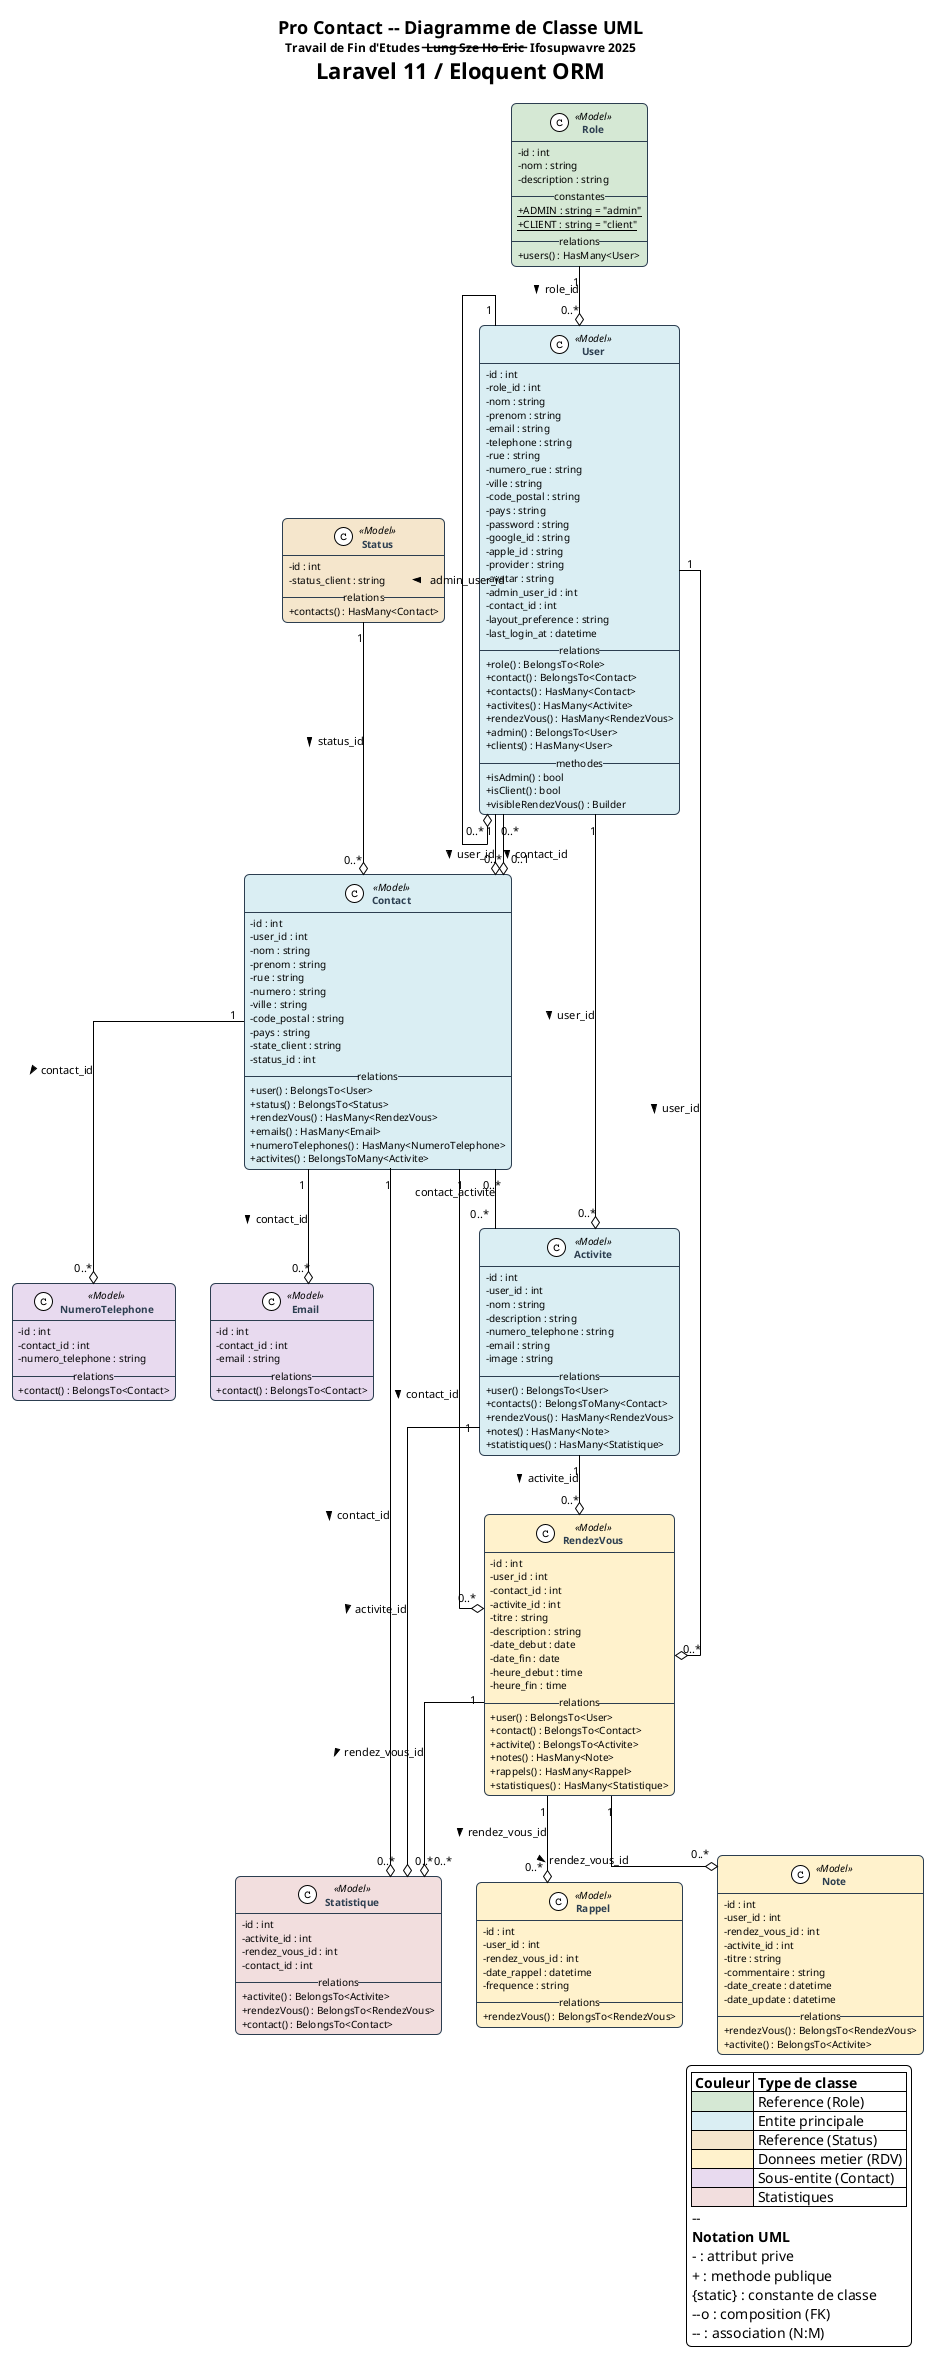
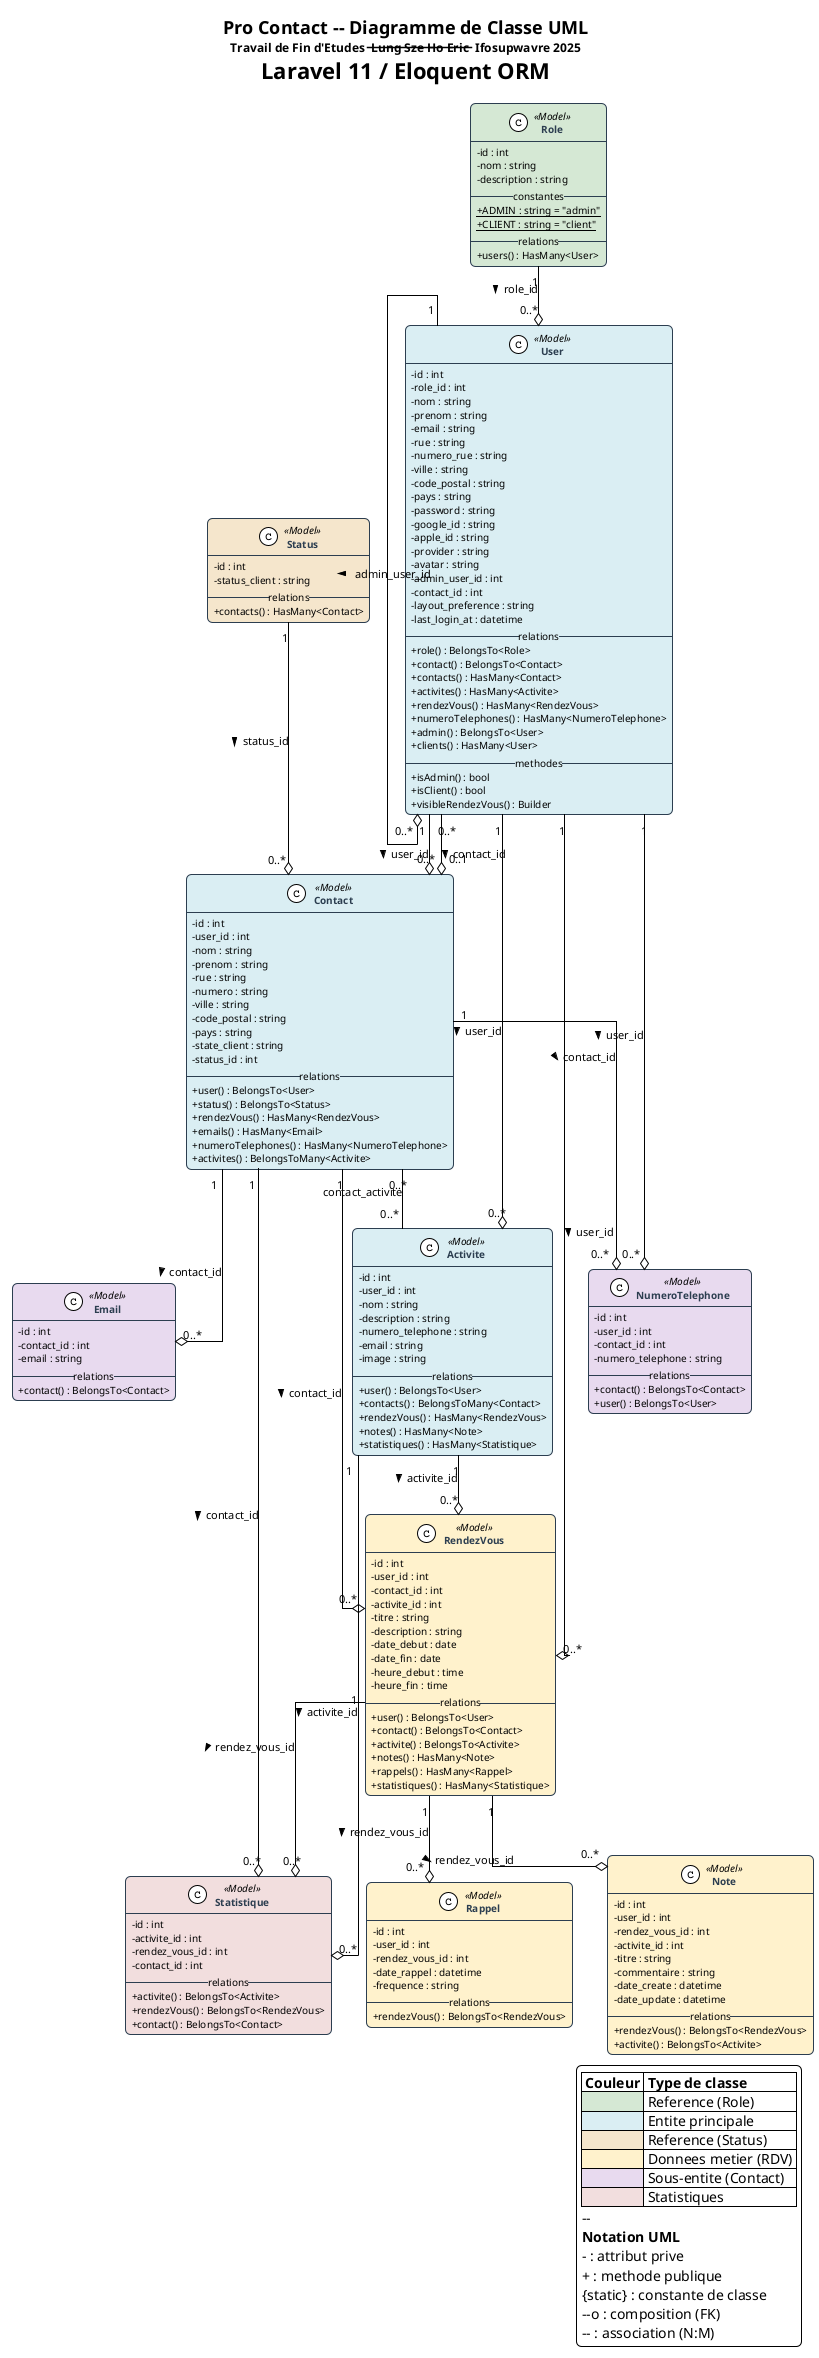
@startuml ClassDiagram_ProContact
!theme plain
skinparam linetype ortho
skinparam roundcorner 10
skinparam shadowing false
skinparam defaultFontName "Segoe UI"
skinparam defaultFontSize 11
skinparam classAttributeIconSize 0

skinparam class {
    BackgroundColor #FAFAFA
    BorderColor #2C3E50
    FontColor #2C3E50
    FontStyle bold
    HeaderBackgroundColor #3498DB
    HeaderFontColor white
    AttributeFontSize 10
    StereotypeFontSize 10
}

skinparam package {
    BackgroundColor #F8F9FA
    BorderColor #BDC3C7
    FontColor #2C3E50
}

title <size:18>**Pro Contact -- Diagramme de Classe UML**</size>\n<size:12>Travail de Fin d'Etudes -- Lung Sze Ho Eric -- Ifosupwavre 2025</size>\nLaravel 11 / Eloquent ORM

' ============================================
' CLASSES - Authentification & Roles
' ============================================

class Role <<Model>> #D5E8D4 {
    - id : int
    - nom : string
    - description : string
    __constantes__
    + {static} ADMIN : string = "admin"
    + {static} CLIENT : string = "client"
    __relations__
    + users() : HasMany<User>
}

class User <<Model>> #DAEEF3 {
    - id : int
    - role_id : int
    - nom : string
    - prenom : string
    - email : string
-     - telephone : string
    - rue : string
    - numero_rue : string
    - ville : string
    - code_postal : string
    - pays : string
    - password : string
    - google_id : string
    - apple_id : string
    - provider : string
    - avatar : string
    - admin_user_id : int
    - contact_id : int
    - layout_preference : string
    - last_login_at : datetime
    __relations__
    + role() : BelongsTo<Role>
    + contact() : BelongsTo<Contact>
    + contacts() : HasMany<Contact>
    + activites() : HasMany<Activite>
    + rendezVous() : HasMany<RendezVous>
+     + numeroTelephones() : HasMany<NumeroTelephone>
    + admin() : BelongsTo<User>
    + clients() : HasMany<User>
    __methodes__
    + isAdmin() : bool
    + isClient() : bool
    + visibleRendezVous() : Builder
}

' ============================================
' CLASSES - Gestion des contacts
' ============================================

class Status <<Model>> #F5E6CC {
    - id : int
    - status_client : string
    __relations__
    + contacts() : HasMany<Contact>
}

class Contact <<Model>> #DAEEF3 {
    - id : int
    - user_id : int
    - nom : string
    - prenom : string
    - rue : string
    - numero : string
    - ville : string
    - code_postal : string
    - pays : string
    - state_client : string
    - status_id : int
    __relations__
    + user() : BelongsTo<User>
    + status() : BelongsTo<Status>
    + rendezVous() : HasMany<RendezVous>
    + emails() : HasMany<Email>
    + numeroTelephones() : HasMany<NumeroTelephone>
    + activites() : BelongsToMany<Activite>
}

class Email <<Model>> #E8DAEF {
    - id : int
    - contact_id : int
    - email : string
    __relations__
    + contact() : BelongsTo<Contact>
}

class NumeroTelephone <<Model>> #E8DAEF {
    - id : int
+     - user_id : int
    - contact_id : int
    - numero_telephone : string
    __relations__
    + contact() : BelongsTo<Contact>
+     + user() : BelongsTo<User>
}

' ============================================
' CLASSES - Activites & Rendez-vous
' ============================================

class Activite <<Model>> #DAEEF3 {
    - id : int
    - user_id : int
    - nom : string
    - description : string
    - numero_telephone : string
    - email : string
    - image : string
    __relations__
    + user() : BelongsTo<User>
    + contacts() : BelongsToMany<Contact>
    + rendezVous() : HasMany<RendezVous>
    + notes() : HasMany<Note>
    + statistiques() : HasMany<Statistique>
}

class RendezVous <<Model>> #FFF2CC {
    - id : int
    - user_id : int
    - contact_id : int
    - activite_id : int
    - titre : string
    - description : string
    - date_debut : date
    - date_fin : date
    - heure_debut : time
    - heure_fin : time
    __relations__
    + user() : BelongsTo<User>
    + contact() : BelongsTo<Contact>
    + activite() : BelongsTo<Activite>
    + notes() : HasMany<Note>
    + rappels() : HasMany<Rappel>
    + statistiques() : HasMany<Statistique>
}

class Note <<Model>> #FFF2CC {
    - id : int
    - user_id : int
    - rendez_vous_id : int
    - activite_id : int
    - titre : string
    - commentaire : string
    - date_create : datetime
    - date_update : datetime
    __relations__
    + rendezVous() : BelongsTo<RendezVous>
    + activite() : BelongsTo<Activite>
}

class Rappel <<Model>> #FFF2CC {
    - id : int
    - user_id : int
    - rendez_vous_id : int
    - date_rappel : datetime
    - frequence : string
    __relations__
    + rendezVous() : BelongsTo<RendezVous>
}

' ============================================
' CLASSES - Statistiques
' ============================================

class Statistique <<Model>> #F2DEDE {
    - id : int
    - activite_id : int
    - rendez_vous_id : int
    - contact_id : int
    __relations__
    + activite() : BelongsTo<Activite>
    + rendezVous() : BelongsTo<RendezVous>
    + contact() : BelongsTo<Contact>
}

' ============================================
' RELATIONS
' ============================================

Role "1" --o "0..*" User : role_id >
User "1" --o "0..*" Contact : user_id >
User "1" --o "0..*" Activite : user_id >
User "1" --o "0..*" RendezVous : user_id >
User "1" --o "0..*" User : admin_user_id >
User "0..*" --o "0..1" Contact : contact_id >

Status "1" --o "0..*" Contact : status_id >

Contact "1" --o "0..*" Email : contact_id >
Contact "1" --o "0..*" NumeroTelephone : contact_id >
+ User "1" --o "0..*" NumeroTelephone : user_id >
Contact "0..*" -- "0..*" Activite : contact_activite

Contact "1" --o "0..*" RendezVous : contact_id >
Activite "1" --o "0..*" RendezVous : activite_id >

RendezVous "1" --o "0..*" Note : rendez_vous_id >
RendezVous "1" --o "0..*" Rappel : rendez_vous_id >
RendezVous "1" --o "0..*" Statistique : rendez_vous_id >
Activite "1" --o "0..*" Statistique : activite_id >
Contact "1" --o "0..*" Statistique : contact_id >

' ============================================
' LEGENDE
' ============================================

legend bottom right
    |= Couleur |= Type de classe |
    | <#D5E8D4> | Reference (Role) |
    | <#DAEEF3> | Entite principale |
    | <#F5E6CC> | Reference (Status) |
    | <#FFF2CC> | Donnees metier (RDV) |
    | <#E8DAEF> | Sous-entite (Contact) |
    | <#F2DEDE> | Statistiques |
    --
    **Notation UML**
    - : attribut prive
    + : methode publique
    {static} : constante de classe
    --o : composition (FK)
    -- : association (N:M)
endlegend

@enduml
